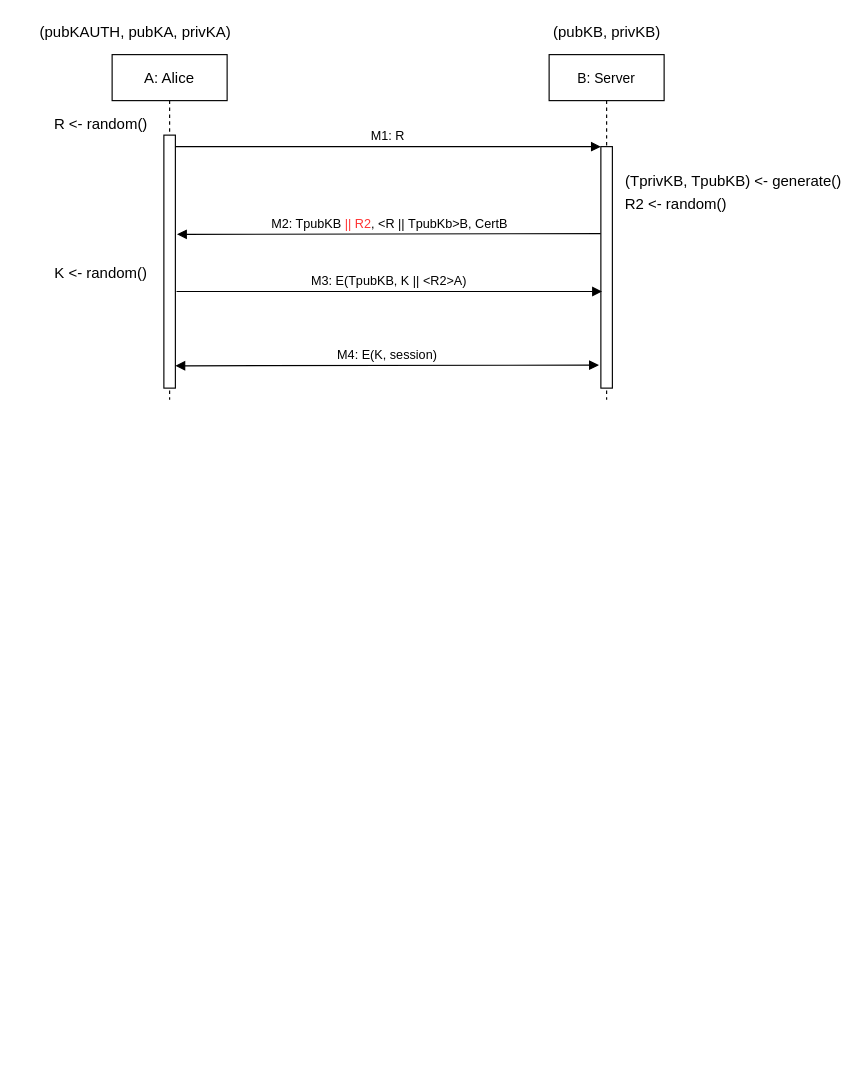
Before: schema/AuthClientServer.drawio in gerti98/secureCom, a draw.io diagram. Source tidied: cells renumbered, new cells numbered last; positions are measured from the earlier drawing's top-left corner, leaving out a move shared by most shapes. Both pictures are drawn from the tidied source at 115%, with x=0, y=0 at pixel (31, 20).
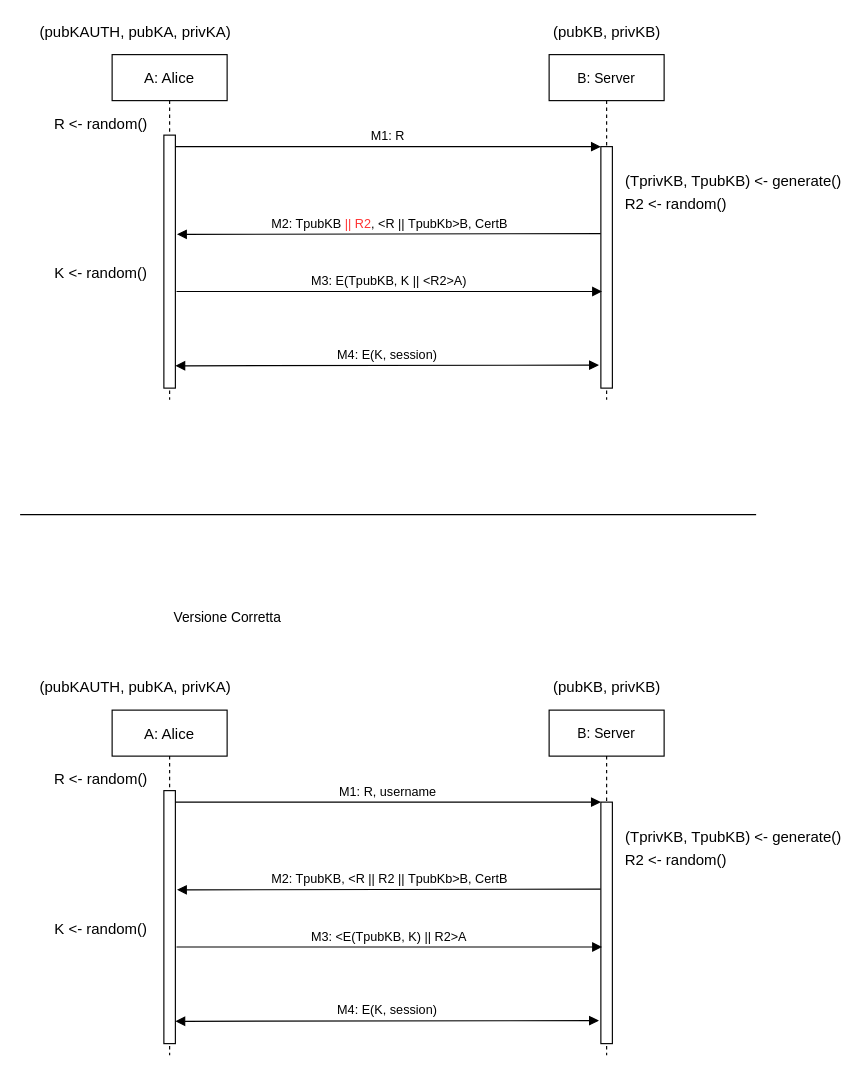
Above is the later version.

The edit, as a diff of the source:
```diff
@@
+    <mxCell id="16" value="A: Alice" style="shape=umlLifeline;perimeter=lifelinePerimeter;rounded=0;shadow=0;strokeWidth=1;fontSize=13;" parent="1" vertex="1">
+      <mxGeometry x="70" y="600" width="100" height="300" as="geometry" />
+    </mxCell>
+    <mxCell id="17" style="points=[];perimeter=orthogonalPerimeter;rounded=0;shadow=0;strokeWidth=1;" parent="16" vertex="1">
+      <mxGeometry x="45" y="70" width="10" height="220" as="geometry" />
+    </mxCell>
+    <mxCell id="18" value="B: Server" style="shape=umlLifeline;perimeter=lifelinePerimeter;rounded=0;shadow=0;strokeWidth=1;" parent="1" vertex="1">
+      <mxGeometry x="450" y="600" width="100" height="300" as="geometry" />
+    </mxCell>
+    <mxCell id="19" style="points=[];perimeter=orthogonalPerimeter;rounded=0;shadow=0;strokeWidth=1;" parent="18" vertex="1">
+      <mxGeometry x="45" y="80" width="10" height="210" as="geometry" />
+    </mxCell>
+    <mxCell id="20" value="M1: R, username" style="verticalAlign=bottom;endArrow=block;entryX=0;entryY=0;shadow=0;strokeWidth=1;" parent="1" edge="1" source="17" target="19">
+      <mxGeometry relative="1" as="geometry" />
+    </mxCell>
+    <mxCell id="21" value="M2: TpubKB, &amp;lt;R || R2 || TpubKb&amp;gt;B, CertB" style="html=1;verticalAlign=bottom;endArrow=block;entryX=1.144;entryY=0.224;entryDx=0;entryDy=0;entryPerimeter=0;exitX=-0.022;exitY=0.184;exitDx=0;exitDy=0;exitPerimeter=0;" parent="1" edge="1">
+      <mxGeometry relative="1" as="geometry">
+        <mxPoint x="494.8" y="755.6" as="sourcePoint" />
+        <mxPoint x="126.4" y="756.3" as="targetPoint" />
+      </mxGeometry>
+    </mxCell>
+    <mxCell id="22" value="(pubKAUTH, pubKA, privKA)" style="text;html=1;align=center;verticalAlign=middle;fontSize=13;" parent="1" vertex="1">
+      <mxGeometry y="570" width="180" height="20" as="geometry" />
+    </mxCell>
+    <mxCell id="23" value="(pubKB, privKB)" style="text;html=1;align=center;verticalAlign=middle;fontSize=13;" parent="1" vertex="1">
+      <mxGeometry x="445" y="570" width="110" height="20" as="geometry" />
+    </mxCell>
+    <mxCell id="24" value="M3: &lt;E(TpubKB, K) || R2&gt;A" style="verticalAlign=bottom;endArrow=block;entryX=0;entryY=0;shadow=0;strokeWidth=1;" parent="1" edge="1">
+      <mxGeometry relative="1" as="geometry">
+        <mxPoint x="126" y="806" as="sourcePoint" />
+        <mxPoint x="496" y="806" as="targetPoint" />
+      </mxGeometry>
+    </mxCell>
+    <mxCell id="25" value="M4: E(K, session)" style="html=1;verticalAlign=bottom;endArrow=block;entryX=1.144;entryY=0.224;entryDx=0;entryDy=0;entryPerimeter=0;exitX=-0.022;exitY=0.184;exitDx=0;exitDy=0;exitPerimeter=0;startArrow=block;startFill=1;" parent="1" edge="1">
+      <mxGeometry relative="1" as="geometry">
+        <mxPoint x="493.3" y="870" as="sourcePoint" />
+        <mxPoint x="125" y="870.6" as="targetPoint" />
+      </mxGeometry>
+    </mxCell>
+    <mxCell id="26" value="R &amp;lt;- random()" style="text;html=1;align=center;verticalAlign=middle;fontSize=13;" parent="1" vertex="1">
+      <mxGeometry x="10" y="650" width="100" height="20" as="geometry" />
+    </mxCell>
+    <mxCell id="27" value="R2 &amp;lt;- random()" style="text;html=1;align=center;verticalAlign=middle;fontSize=13;" parent="1" vertex="1">
+      <mxGeometry x="510" y="720" width="100" height="20" as="geometry" />
+    </mxCell>
+    <mxCell id="28" value="K &amp;lt;- random()" style="text;html=1;align=center;verticalAlign=middle;fontSize=13;" parent="1" vertex="1">
+      <mxGeometry x="10" y="780" width="100" height="20" as="geometry" />
+    </mxCell>
+    <mxCell id="29" style="endArrow=none;html=1;" parent="1" edge="1">
+      <mxGeometry relative="1" as="geometry">
+        <mxPoint x="-10" y="430" as="sourcePoint" />
+        <mxPoint x="630" y="430" as="targetPoint" />
+      </mxGeometry>
+    </mxCell>
+    <mxCell id="30" value="(TprivKB, TpubKB) &amp;lt;- generate()" style="text;html=1;align=center;verticalAlign=middle;fontSize=13;" parent="1" vertex="1">
+      <mxGeometry x="510" y="700" width="200" height="20" as="geometry" />
+    </mxCell>
+    <mxCell id="31" value="Versione Corretta" style="text;html=1;align=center;verticalAlign=middle;" parent="1" vertex="1">
+      <mxGeometry x="115" y="510" width="110" height="20" as="geometry" />
+    </mxCell>
```
